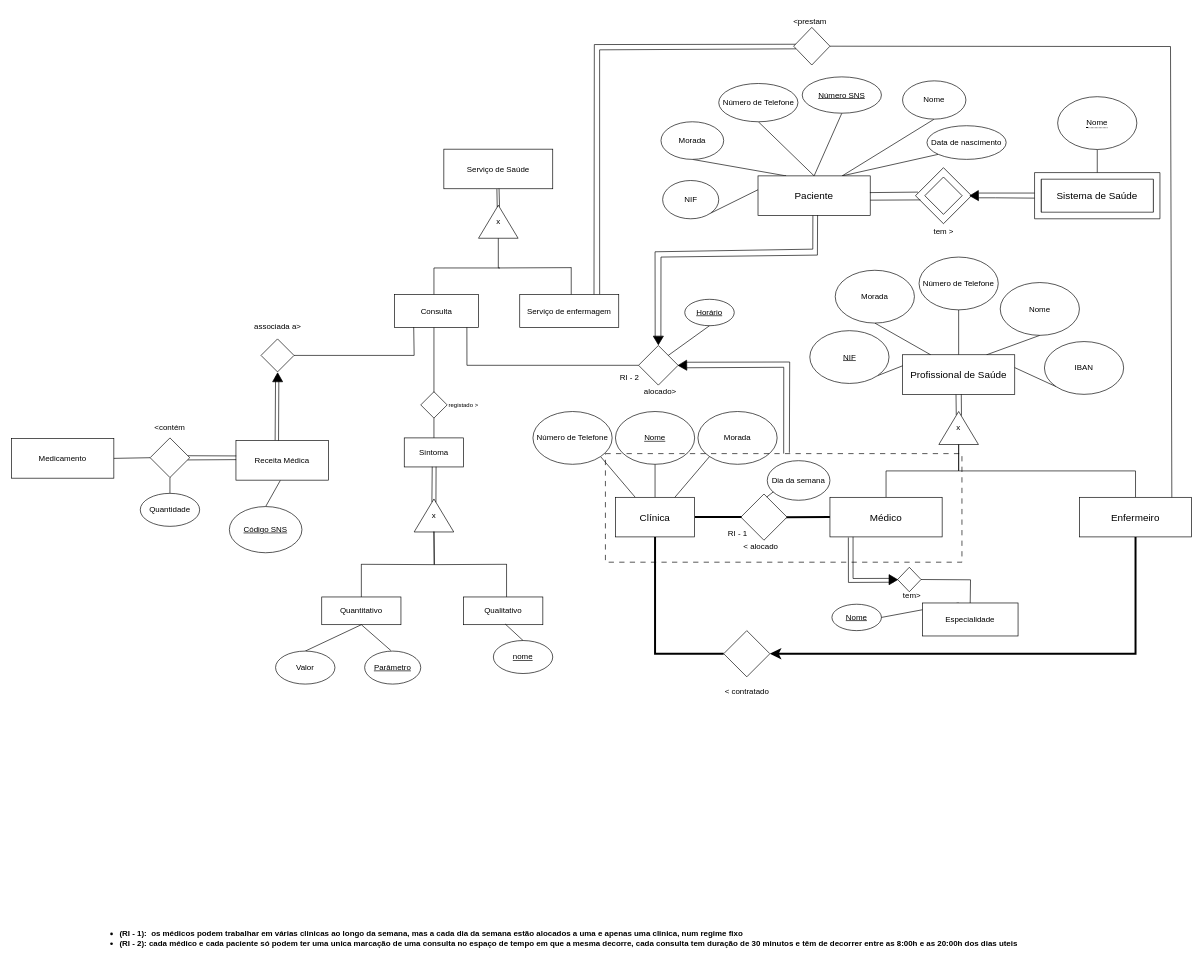
Zane-dev16/BD-projeto-E1 keeps this draw.io diagram as page "Page-1" (1 of 2) of diagrams/modelo_EA.drawio. Above is the earlier version. Source tidied: cells renumbered, new cells numbered last; positions are measured from the earlier drawing's top-left corner, leaving out a move shared by most shapes. Both pictures are drawn from the tidied source at 66%, with x=0, y=0 at pixel (11, 11).
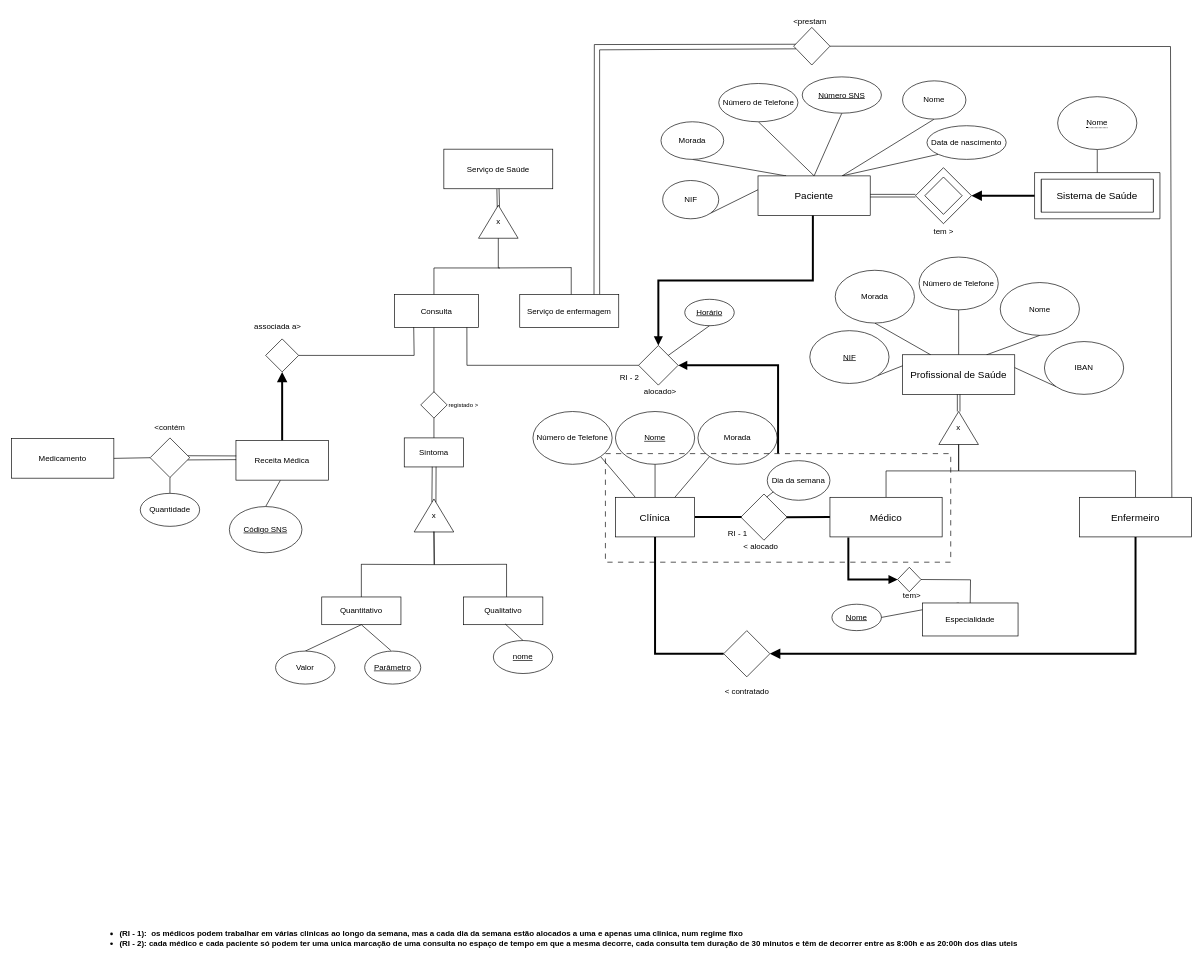
After the change.

Commit message:
Update connections on diagram

Unchanged cells that the change refers to:
```xml
<mxCell id="8" value="&lt;span style=&quot;font-size: 15px;&quot;&gt;Profissional de Saúde&lt;/span&gt;" style="rounded=0;whiteSpace=wrap;html=1;labelBackgroundColor=none;" parent="1" vertex="1">
  <mxGeometry x="1350" y="520" width="170" height="60" as="geometry" />
</mxCell>
<mxCell id="16" value="x" style="triangle;whiteSpace=wrap;html=1;direction=north;rotation=0;labelBackgroundColor=none;" parent="1" vertex="1">
  <mxGeometry x="1405" y="606" width="60" height="50" as="geometry" />
</mxCell>
<mxCell id="18" value="&lt;span style=&quot;font-size: 15px;&quot;&gt;Médico&lt;/span&gt;" style="rounded=0;whiteSpace=wrap;html=1;labelBackgroundColor=none;" parent="1" vertex="1">
  <mxGeometry x="1240" y="736" width="170" height="60" as="geometry" />
</mxCell>
<mxCell id="21" value="&lt;span style=&quot;font-size: 15px;&quot;&gt;Enfermeiro&lt;/span&gt;" style="rounded=0;whiteSpace=wrap;html=1;labelBackgroundColor=none;" parent="1" vertex="1">
  <mxGeometry x="1618" y="736" width="170" height="60" as="geometry" />
</mxCell>
<mxCell id="31" style="rhombus;whiteSpace=wrap;html=1;labelBackgroundColor=none;" parent="1" vertex="1">
  <mxGeometry x="1079" y="938" width="70" height="70" as="geometry" />
</mxCell>
<mxCell id="41" value="&lt;span style=&quot;font-size: 15px;&quot;&gt;Paciente&lt;/span&gt;" style="rounded=0;whiteSpace=wrap;html=1;labelBackgroundColor=none;" parent="1" vertex="1">
  <mxGeometry x="1131" y="249" width="170" height="60" as="geometry" />
</mxCell>
<mxCell id="52" style="verticalLabelPosition=bottom;verticalAlign=top;html=1;shape=mxgraph.basic.frame;dx=10;whiteSpace=wrap;labelBackgroundColor=none;" parent="1" vertex="1">
  <mxGeometry x="1550" y="244" width="190" height="70" as="geometry" />
</mxCell>
<mxCell id="54" style="verticalLabelPosition=bottom;verticalAlign=top;html=1;shape=mxgraph.basic.frame;dx=10;whiteSpace=wrap;labelBackgroundColor=none;rotation=45;" parent="1" vertex="1">
  <mxGeometry x="1382" y="249" width="60" height="60" as="geometry" />
</mxCell>
<mxCell id="91" style="rhombus;whiteSpace=wrap;html=1;" parent="1" vertex="1">
  <mxGeometry x="1342.5" y="842" width="35.5" height="37.1" as="geometry" />
</mxCell>
<mxCell id="99" style="rhombus;whiteSpace=wrap;html=1;" parent="1" vertex="1">
  <mxGeometry x="950" y="506" width="60" height="60" as="geometry" />
</mxCell>
<mxCell id="127" value="Receita Médica" style="rounded=0;whiteSpace=wrap;html=1;" parent="1" vertex="1">
  <mxGeometry x="340" y="650" width="140" height="60" as="geometry" />
</mxCell>
```

Change to the diagram source:
```diff
@@
-    <mxCell id="7" style="edgeStyle=orthogonalEdgeStyle;rounded=0;jettySize=auto;html=1;exitX=0.5;exitY=1;exitDx=0;exitDy=0;entryX=0.892;entryY=0.44;entryDx=0;entryDy=0;endArrow=none;endFill=0;labelBackgroundColor=none;fontColor=default;entryPerimeter=0;" parent="1" edge="1" target="16">
-      <mxGeometry relative="1" as="geometry">
-        <mxPoint x="1431" y="580" as="sourcePoint" />
-      </mxGeometry>
-    </mxCell>
@@
+    <mxCell id="139" style="edgeStyle=none;curved=1;rounded=0;jettySize=auto;html=1;exitX=1;exitY=0.5;exitDx=0;exitDy=0;fontSize=12;shape=link;" parent="1" edge="1" source="16" target="8">
+      <mxGeometry relative="1" as="geometry" />
+    </mxCell>
@@
-    <mxCell id="20" style="edgeStyle=orthogonalEdgeStyle;rounded=0;jettySize=auto;html=1;exitX=0.5;exitY=1;exitDx=0;exitDy=0;entryX=1;entryY=0.5;entryDx=0;entryDy=0;fontSize=12;startSize=8;endSize=8;strokeWidth=3;" parent="1" edge="1" source="21" target="31">
+    <mxCell id="20" style="edgeStyle=orthogonalEdgeStyle;rounded=0;jettySize=auto;html=1;exitX=0.5;exitY=1;exitDx=0;exitDy=0;entryX=1;entryY=0.5;entryDx=0;entryDy=0;fontSize=12;startSize=8;endSize=8;strokeWidth=3;endArrow=block;endFill=1;" parent="1" edge="1" source="21" target="31">
       <mxGeometry relative="1" as="geometry" />
     </mxCell>
@@
+    <mxCell id="140" style="edgeStyle=none;curved=1;rounded=0;jettySize=auto;html=1;exitX=0.5;exitY=1;exitDx=0;exitDy=0;fontSize=12;startSize=8;endSize=8;endArrow=none;endFill=0;startArrow=block;startFill=1;strokeWidth=3;" parent="1" edge="1" source="68" target="127">
+      <mxGeometry relative="1" as="geometry" />
+    </mxCell>
     <mxCell id="68" style="rhombus;whiteSpace=wrap;html=1;" parent="1" vertex="1">
-      <mxGeometry x="378" y="496" width="50" height="50" as="geometry" />
+      <mxGeometry x="385" y="496" width="50" height="50" as="geometry" />
     </mxCell>
@@
-    <mxCell id="93" style="endArrow=none;html=1;rounded=0;exitX=0.5;exitY=1;exitDx=0;exitDy=0;entryX=0.164;entryY=1.014;entryDx=0;entryDy=0;entryPerimeter=0;" parent="1" edge="1" source="111" target="18">
-      <mxGeometry relative="1" as="geometry">
-        <Array as="points">
-          <mxPoint x="1268" y="865" />
-        </Array>
-      </mxGeometry>
+    <mxCell id="93" style="endArrow=none;html=1;rounded=0;exitX=0;exitY=0.5;exitDx=0;exitDy=0;entryX=0.164;entryY=1.014;entryDx=0;entryDy=0;entryPerimeter=0;edgeStyle=orthogonalEdgeStyle;strokeWidth=3;endFill=0;startArrow=block;startFill=1;" parent="1" edge="1" source="91" target="18">
+      <mxGeometry relative="1" as="geometry" />
     </mxCell>
-    <mxCell id="94" style="endArrow=none;html=1;rounded=0;entryX=0.494;entryY=0.999;entryDx=0;entryDy=0;entryPerimeter=0;exitX=0.708;exitY=0.371;exitDx=0;exitDy=0;exitPerimeter=0;" parent="1" edge="1" source="111">
-      <mxGeometry relative="1" as="geometry">
-        <mxPoint x="1275" y="795.9" as="targetPoint" />
-        <Array as="points">
-          <mxPoint x="1275" y="859" />
-        </Array>
-      </mxGeometry>
-    </mxCell>
@@
     <mxCell id="97" style="rounded=0;whiteSpace=wrap;html=1;fillColor=none;dashed=1;dashPattern=8 8;" parent="1" vertex="1">
-      <mxGeometry x="899.8" y="669.8" width="540.2" height="164.5" as="geometry" />
+      <mxGeometry x="899.8" y="669.8" width="523.2" height="164.5" as="geometry" />
     </mxCell>
-    <mxCell id="98" style="endArrow=none;html=1;rounded=0;exitX=0.516;exitY=-0.008;exitDx=0;exitDy=0;exitPerimeter=0;entryX=0.085;entryY=0.796;entryDx=0;entryDy=0;entryPerimeter=0;" parent="1" edge="1" source="97" target="101">
-      <mxGeometry relative="1" as="geometry">
-        <Array as="points">
-          <mxPoint x="1179" y="531" />
-        </Array>
-      </mxGeometry>
-    </mxCell>
@@
-    <mxCell id="100" style="endArrow=none;html=1;rounded=0;exitX=0.5;exitY=0;exitDx=0;exitDy=0;entryX=0;entryY=0.25;entryDx=0;entryDy=0;" parent="1" edge="1" source="97" target="101">
-      <mxGeometry relative="1" as="geometry">
-        <Array as="points">
-          <mxPoint x="1170" y="539" />
-        </Array>
-      </mxGeometry>
+    <mxCell id="100" style="endArrow=block;html=1;rounded=0;exitX=0.5;exitY=0;exitDx=0;exitDy=0;entryX=1;entryY=0.5;entryDx=0;entryDy=0;edgeStyle=orthogonalEdgeStyle;endFill=1;strokeWidth=3;" parent="1" edge="1" source="97" target="99">
+      <mxGeometry relative="1" as="geometry" />
     </mxCell>
-    <mxCell id="101" style="triangle;whiteSpace=wrap;html=1;rotation=-181;fillColor=#000000;" parent="1" vertex="1">
-      <mxGeometry x="1010" y="528.3" width="13" height="15.4" as="geometry" />
-    </mxCell>
-    <mxCell id="102" style="endArrow=none;html=1;rounded=0;exitX=0.176;exitY=0.812;exitDx=0;exitDy=0;exitPerimeter=0;entryX=0.489;entryY=1.001;entryDx=0;entryDy=0;entryPerimeter=0;" parent="1" edge="1" source="104" target="41">
-      <mxGeometry relative="1" as="geometry">
-        <Array as="points">
-          <mxPoint x="975" y="364" />
-          <mxPoint x="1214" y="360" />
-        </Array>
-      </mxGeometry>
+    <mxCell id="102" style="endArrow=none;html=1;rounded=0;exitX=0.5;exitY=0;exitDx=0;exitDy=0;entryX=0.489;entryY=1.001;entryDx=0;entryDy=0;entryPerimeter=0;edgeStyle=orthogonalEdgeStyle;endFill=0;startArrow=block;startFill=1;strokeWidth=3;" parent="1" edge="1" source="99" target="41">
+      <mxGeometry relative="1" as="geometry" />
     </mxCell>
-    <mxCell id="103" style="endArrow=none;html=1;rounded=0;exitX=0;exitY=0.25;exitDx=0;exitDy=0;entryX=0.531;entryY=0.992;entryDx=0;entryDy=0;entryPerimeter=0;" parent="1" edge="1" source="104" target="41">
-      <mxGeometry relative="1" as="geometry">
-        <Array as="points">
-          <mxPoint x="984" y="372" />
-          <mxPoint x="1221" y="369" />
-        </Array>
-      </mxGeometry>
-    </mxCell>
-    <mxCell id="104" style="triangle;whiteSpace=wrap;html=1;rotation=90;fillColor=#000000;" parent="1" vertex="1">
-      <mxGeometry x="973.5" y="490.6" width="13" height="15.4" as="geometry" />
-    </mxCell>
@@
-    <mxCell id="111" style="triangle;whiteSpace=wrap;html=1;rotation=0;fillColor=#000000;" parent="1" vertex="1">
-      <mxGeometry x="1329.5" y="853.1" width="13" height="15.4" as="geometry" />
-    </mxCell>
@@
-    <mxCell id="115" style="endArrow=none;html=1;rounded=0;exitX=0.424;exitY=-0.004;exitDx=0;exitDy=0;exitPerimeter=0;" parent="1" edge="1" source="127">
-      <mxGeometry relative="1" as="geometry">
-        <mxPoint x="400" y="553" as="targetPoint" />
-      </mxGeometry>
-    </mxCell>
-    <mxCell id="116" style="endArrow=none;html=1;rounded=0;exitX=0.461;exitY=0.009;exitDx=0;exitDy=0;exitPerimeter=0;" parent="1" edge="1" source="127">
-      <mxGeometry relative="1" as="geometry">
-        <mxPoint x="405" y="553" as="targetPoint" />
-      </mxGeometry>
-    </mxCell>
-    <mxCell id="117" style="triangle;whiteSpace=wrap;html=1;rotation=-90;fillColor=#000000;" parent="1" vertex="1">
-      <mxGeometry x="396.4" y="546.6" width="13.5" height="15.2" as="geometry" />
-    </mxCell>
@@
-    <mxCell id="123" style="edgeStyle=orthogonalEdgeStyle;rounded=0;jettySize=auto;html=1;exitX=0.5;exitY=1;exitDx=0;exitDy=0;entryX=0.876;entryY=0.571;entryDx=0;entryDy=0;endArrow=none;endFill=0;labelBackgroundColor=none;fontColor=default;entryPerimeter=0;" parent="1" edge="1" target="16">
-      <mxGeometry relative="1" as="geometry">
-        <mxPoint x="1439" y="580" as="sourcePoint" />
-      </mxGeometry>
-    </mxCell>
-    <mxCell id="124" style="endArrow=none;html=1;rounded=0;exitX=0.997;exitY=0.422;exitDx=0;exitDy=0;exitPerimeter=0;entryX=-0.019;entryY=0.891;entryDx=0;entryDy=0;entryPerimeter=0;" parent="1" edge="1" source="41" target="54">
-      <mxGeometry relative="1" as="geometry" />
-    </mxCell>
-    <mxCell id="125" style="endArrow=none;html=1;rounded=0;exitX=1.001;exitY=0.613;exitDx=0;exitDy=0;exitPerimeter=0;entryX=0.164;entryY=0.987;entryDx=0;entryDy=0;entryPerimeter=0;" parent="1" edge="1" source="41" target="54">
-      <mxGeometry relative="1" as="geometry" />
-    </mxCell>
@@
-    <mxCell id="136" style="endArrow=none;html=1;rounded=0;exitX=0.068;exitY=0.948;exitDx=0;exitDy=0;exitPerimeter=0;" parent="1" edge="1">
-      <mxGeometry relative="1" as="geometry">
-        <mxPoint x="1465" y="275" as="sourcePoint" />
-        <mxPoint x="1550" y="275" as="targetPoint" />
-      </mxGeometry>
-    </mxCell>
-    <mxCell id="137" style="endArrow=none;html=1;rounded=0;exitX=-0.094;exitY=0.102;exitDx=0;exitDy=0;exitPerimeter=0;entryX=0;entryY=0.553;entryDx=0;entryDy=0;entryPerimeter=0;" parent="1" edge="1" target="52">
-      <mxGeometry relative="1" as="geometry">
-        <mxPoint x="1465" y="282.2" as="sourcePoint" />
-        <Array as="points">
-          <mxPoint x="1490.7" y="282.2" />
-        </Array>
-      </mxGeometry>
-    </mxCell>
-    <mxCell id="138" style="triangle;whiteSpace=wrap;html=1;rotation=-181;fillColor=#000000;" parent="1" vertex="1">
-      <mxGeometry x="1452" y="271.3" width="13" height="15.4" as="geometry" />
-    </mxCell>
+    <mxCell id="141" style="edgeStyle=none;curved=1;rounded=0;jettySize=auto;html=1;exitX=0;exitY=0.5;exitDx=0;exitDy=0;exitPerimeter=0;entryX=1;entryY=0;entryDx=0;entryDy=0;entryPerimeter=0;fontSize=12;startSize=8;endSize=8;strokeWidth=3;endArrow=block;endFill=1;" parent="1" edge="1" source="52" target="54">
+      <mxGeometry relative="1" as="geometry" />
+    </mxCell>
+    <mxCell id="142" style="edgeStyle=none;curved=1;rounded=0;jettySize=auto;html=1;exitX=1;exitY=0.5;exitDx=0;exitDy=0;entryX=0;entryY=1;entryDx=0;entryDy=0;entryPerimeter=0;fontSize=12;endArrow=none;endFill=0;shape=link;" parent="1" edge="1" source="41" target="54">
+      <mxGeometry relative="1" as="geometry" />
+    </mxCell>
```
